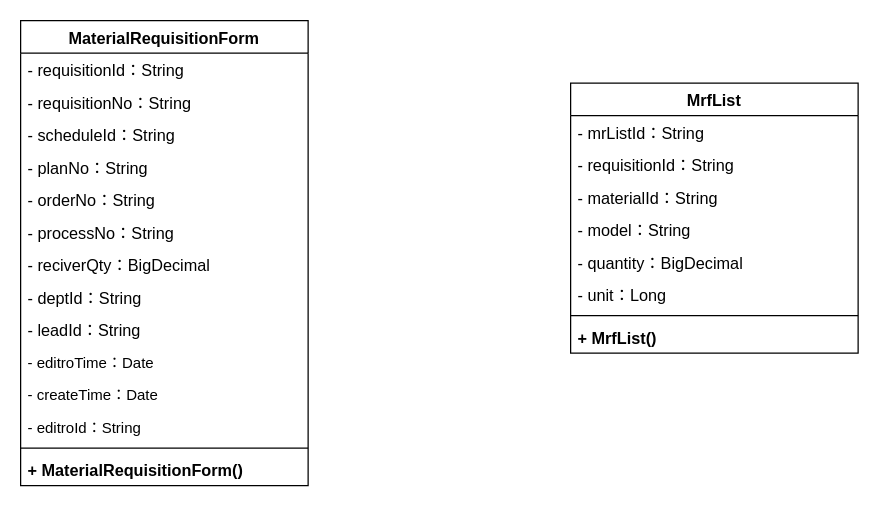
KNAI-I/test keeps this draw.io diagram as page "领料单" (3 of 4) of 类图.drawio. Above is the earlier version. Source tidied: cells renumbered, new cells numbered last; positions are measured from the earlier drawing's top-left corner, leaving out a move shared by most shapes. Both pictures are drawn from the tidied source at 125%, with x=0, y=0 at pixel (20, 20).
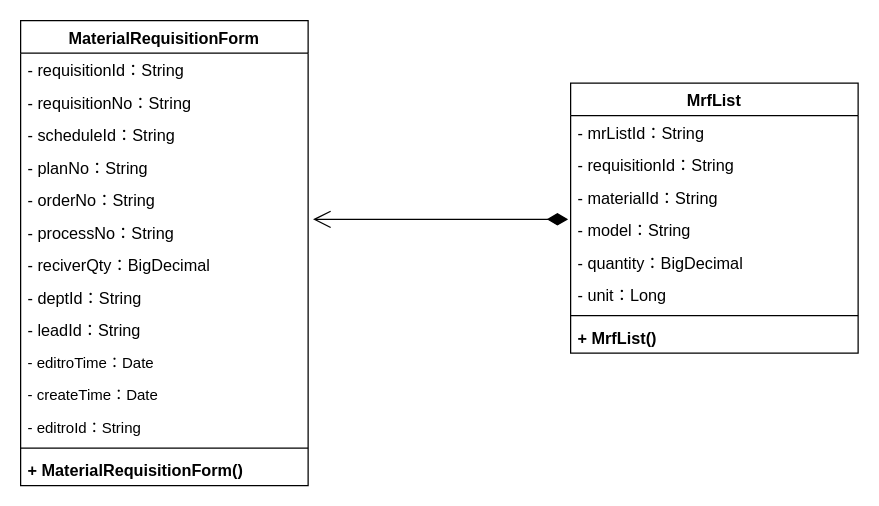
The same page after the edit.

Unchanged cells that the change refers to:
```xml
<mxCell id="8" value="- processNo：String" style="text;strokeColor=none;fillColor=none;align=left;verticalAlign=top;spacingLeft=4;spacingRight=4;overflow=hidden;points=[[0,0.5],[1,0.5]];portConstraint=eastwest;fontSize=13;" parent="2" vertex="1">
  <mxGeometry y="156" width="230" height="26" as="geometry" />
</mxCell>
<mxCell id="21" value="- model：String" style="text;strokeColor=none;fillColor=none;align=left;verticalAlign=top;spacingLeft=4;spacingRight=4;overflow=hidden;points=[[0,0.5],[1,0.5]];portConstraint=eastwest;fontSize=13;" parent="17" vertex="1">
  <mxGeometry y="104" width="230" height="26" as="geometry" />
</mxCell>
```

What changed in the source:
```diff
@@
+    <mxCell id="26" style="endArrow=open;html=1;endSize=12;startArrow=diamondThin;startSize=14;startFill=1;edgeStyle=orthogonalEdgeStyle;align=left;verticalAlign=bottom;rounded=0;fontSize=13;entryX=1.017;entryY=0.115;entryDx=0;entryDy=0;entryPerimeter=0;exitX=-0.009;exitY=0.192;exitDx=0;exitDy=0;exitPerimeter=0;" parent="1" edge="1" source="21" target="8">
+      <mxGeometry x="-0.73" relative="1" as="geometry" />
+    </mxCell>
```
